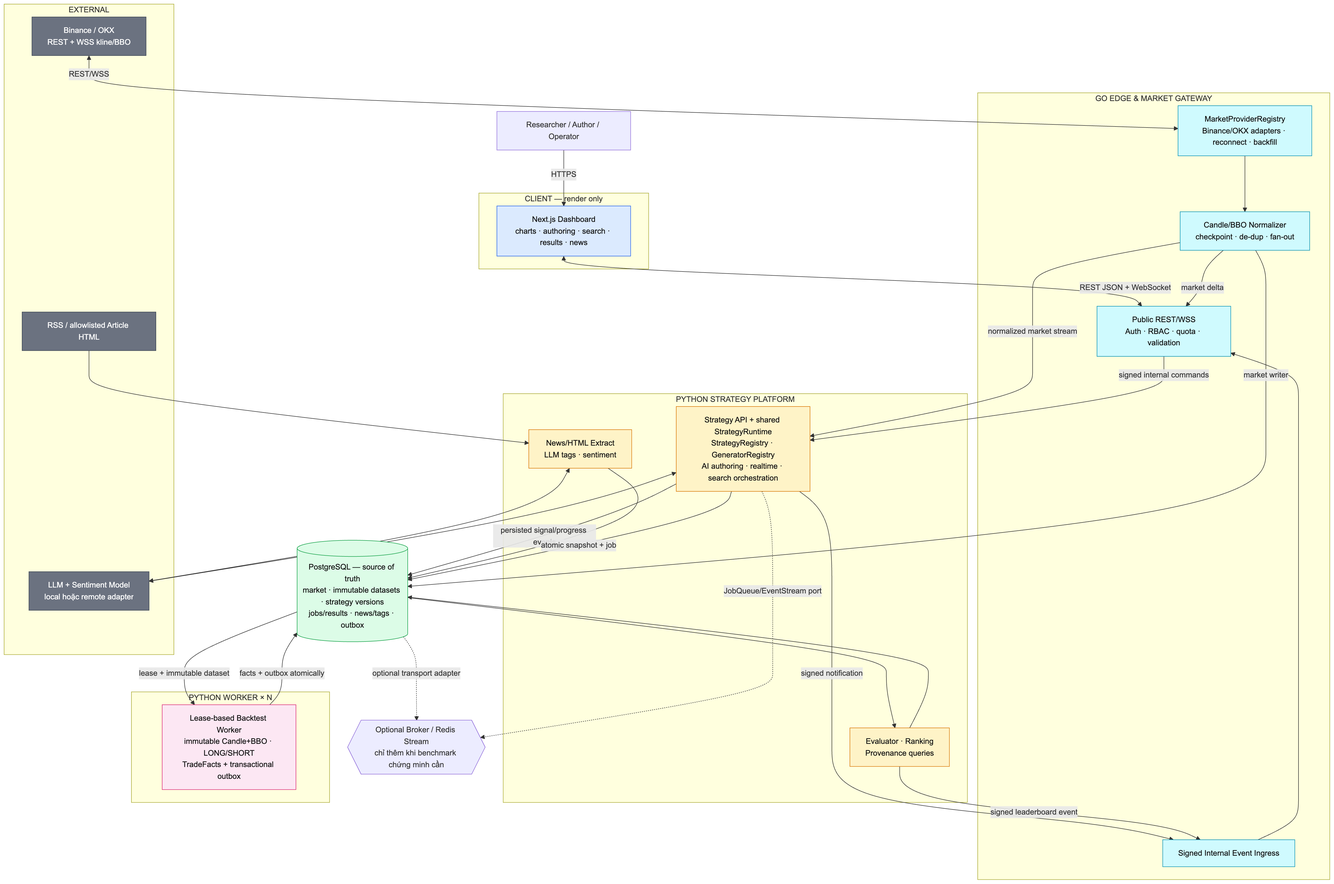
The Mermaid diagram blueprint/assets/diagrams-png/04-high-level-architecture.png in EnsoTech-Studio/CryptoBot, before a commit. Its source is kept beside it as blueprint/assets/diagrams/04-high-level-architecture.mmd.
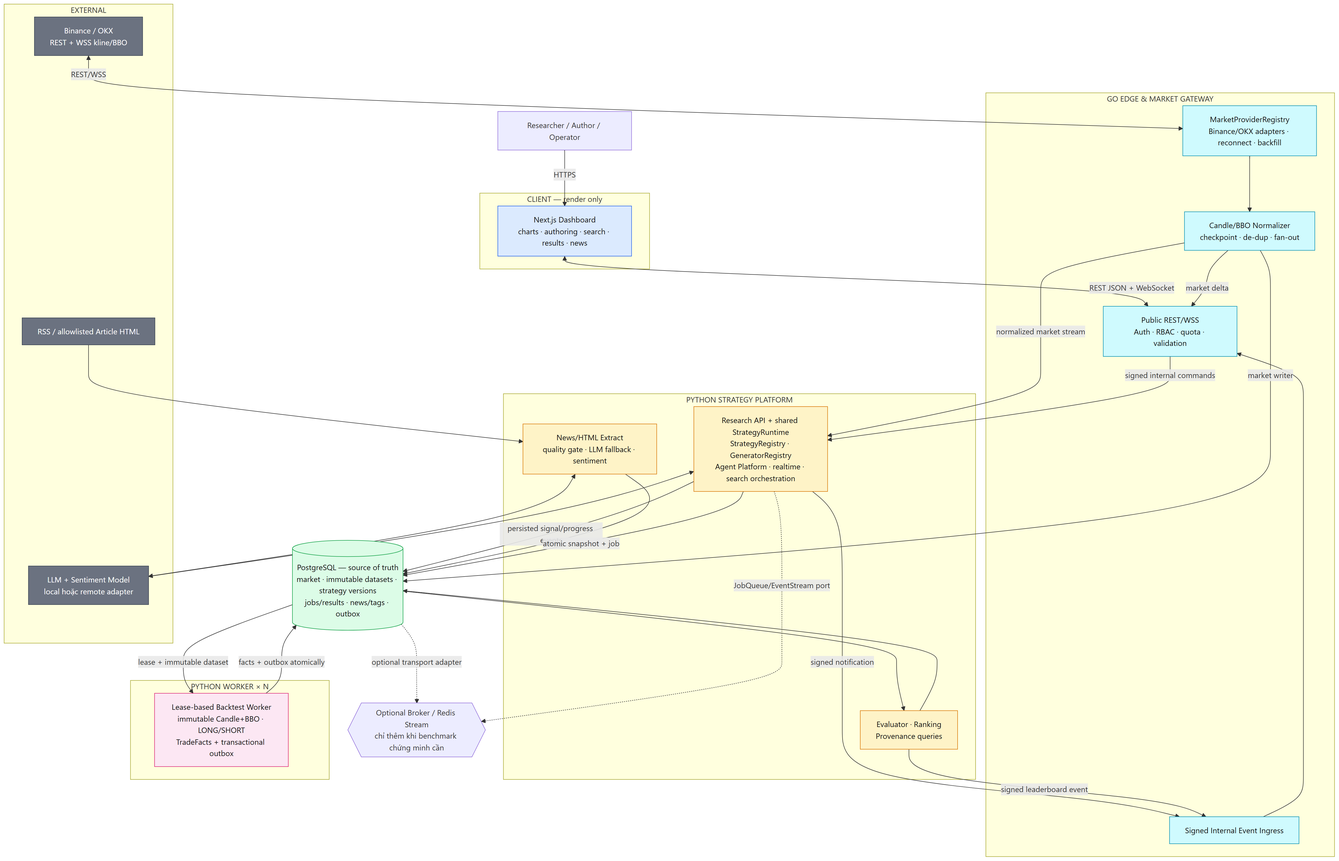
Above is the later version.

What changed in the source:
```diff
@@ -13,8 +13,8 @@
     end
 
     subgraph Python["PYTHON STRATEGY PLATFORM"]
-        Strategy["Strategy API + shared StrategyRuntime<br/>StrategyRegistry · GeneratorRegistry<br/>AI authoring · realtime · search orchestration"]
-        News["News/HTML Extract<br/>LLM tags · sentiment"]
+        Strategy["Research API + shared StrategyRuntime<br/>StrategyRegistry · GeneratorRegistry<br/>Agent Platform · realtime · search orchestration"]
+        News["News/HTML Extract<br/>quality gate · LLM fallback · sentiment"]
         Evaluate["Evaluator · Ranking<br/>Provenance queries"]
     end
 
```
